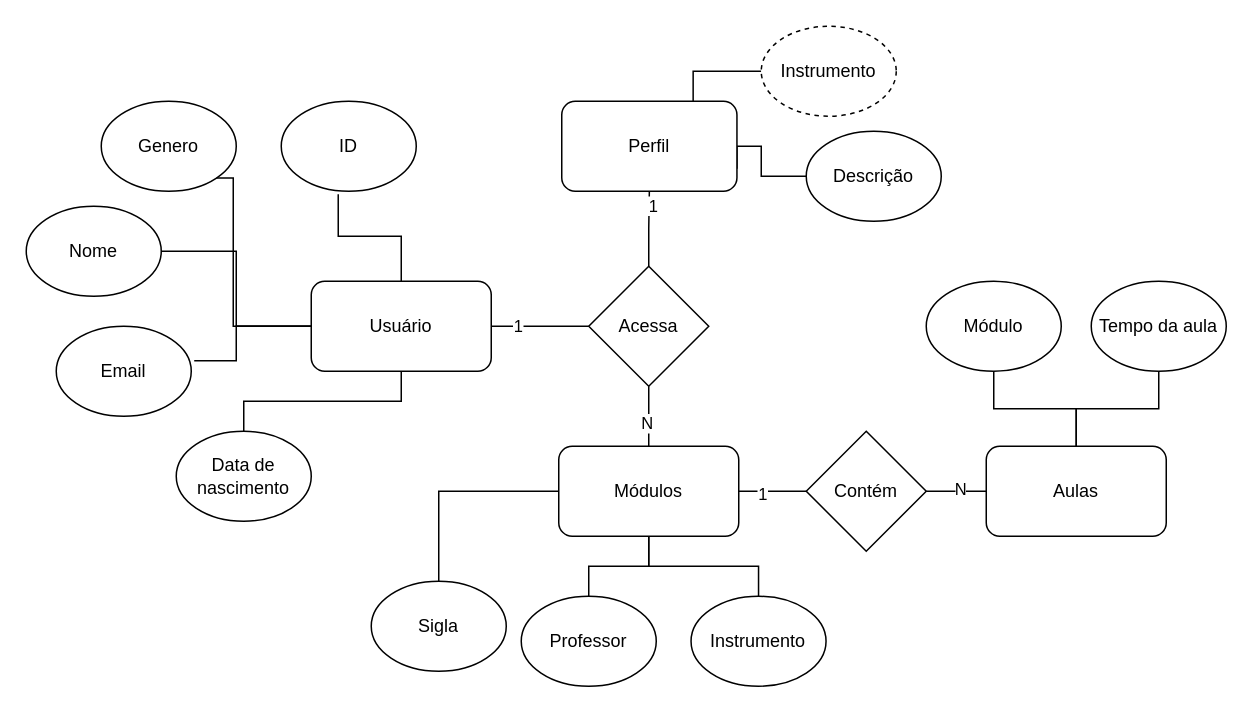
Above: DER Ti2.drawio in Arthurab352/ProjetosTI2 (draw.io), before the change. Source tidied: cells renumbered, new cells numbered last; positions are measured from the earlier drawing's top-left corner, leaving out a move shared by most shapes. Both pictures are drawn from the tidied source at 150%, with x=0, y=0 at pixel (26, 26).
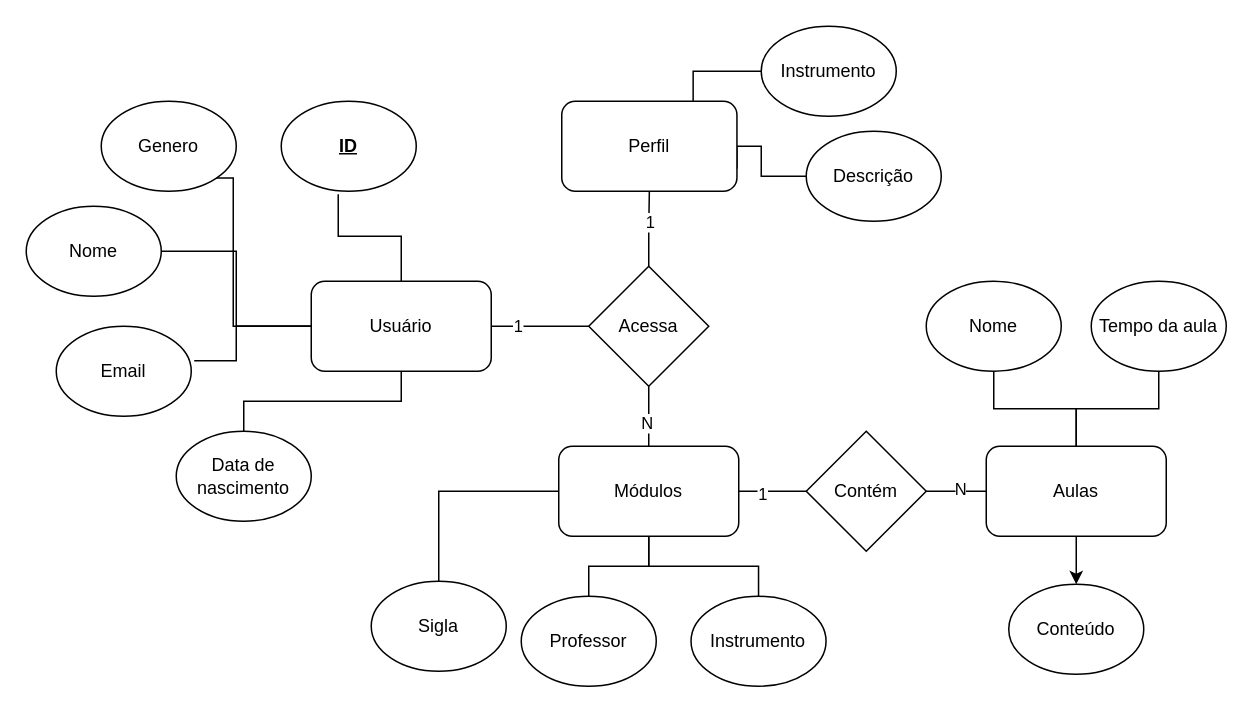
The same page after the edit.

Unchanged cells that the change refers to:
```xml
<mxCell id="16" value="Aulas" style="rounded=1;whiteSpace=wrap;html=1;" parent="1" vertex="1">
  <mxGeometry x="640" y="280" width="120" height="60" as="geometry" />
</mxCell>
<mxCell id="17" style="edgeStyle=orthogonalEdgeStyle;rounded=0;jettySize=auto;html=1;endArrow=none;endFill=0;" parent="1" edge="1" source="23" target="4">
  <mxGeometry relative="1" as="geometry" />
</mxCell>
```

What changed in the source:
```diff
@@
+    <mxCell id="42" style="edgeStyle=orthogonalEdgeStyle;rounded=0;jettySize=auto;html=1;" parent="1" edge="1" source="16" target="43">
+      <mxGeometry relative="1" as="geometry" />
+    </mxCell>
@@
     <mxCell id="18" value="1" style="edgeLabel;html=1;align=center;verticalAlign=middle;" parent="17" vertex="1">
-      <mxGeometry x="0.63" y="-2" relative="1" as="geometry" />
+      <mxGeometry x="0.63" y="-2" relative="1" as="geometry">
+        <mxPoint x="-2" y="11" as="offset" />
+      </mxGeometry>
     </mxCell>
@@
-    <mxCell id="29" value="ID" style="ellipse;whiteSpace=wrap;html=1;" parent="1" vertex="1">
+    <mxCell id="29" value="ID" style="ellipse;whiteSpace=wrap;html=1;fontStyle=5;" parent="1" vertex="1">
       <mxGeometry x="170" y="50" width="90" height="60" as="geometry" />
     </mxCell>
@@
-    <mxCell id="38" value="Módulo" style="ellipse;whiteSpace=wrap;html=1;" parent="1" vertex="1">
+    <mxCell id="38" value="Nome" style="ellipse;whiteSpace=wrap;html=1;" parent="1" vertex="1">
       <mxGeometry x="600" y="170" width="90" height="60" as="geometry" />
     </mxCell>
@@
-    <mxCell id="41" value="Instrumento" style="ellipse;whiteSpace=wrap;html=1;dashed=1;" parent="1" vertex="1">
+    <mxCell id="41" value="Instrumento" style="ellipse;whiteSpace=wrap;html=1;" parent="1" vertex="1">
       <mxGeometry x="490" width="90" height="60" as="geometry" />
     </mxCell>
+    <mxCell id="43" value="Conteúdo" style="ellipse;whiteSpace=wrap;html=1;" parent="1" vertex="1">
+      <mxGeometry x="655" y="372" width="90" height="60" as="geometry" />
+    </mxCell>
```
